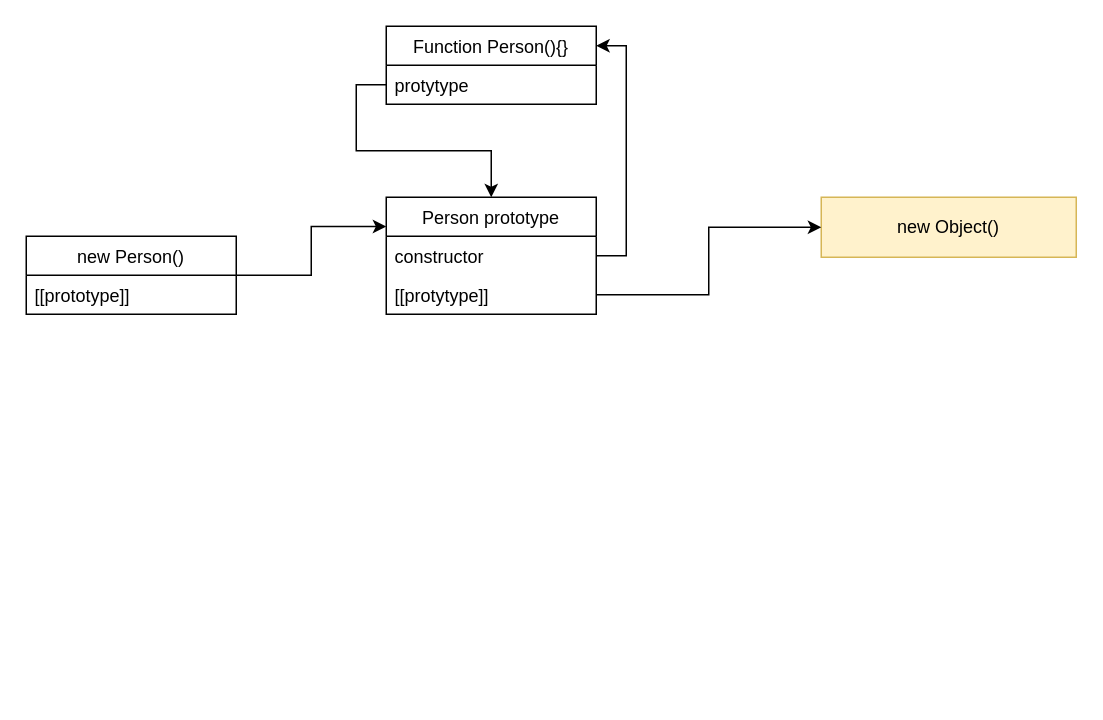
Above: draw/Untitled Diagram.drawio in liuuteen/Notes (draw.io), before the change. Source tidied: cells renumbered, new cells numbered last; positions are measured from the earlier drawing's top-left corner, leaving out a move shared by most shapes. Both pictures are drawn from the tidied source at 150%, with x=0, y=0 at pixel (26, 26).
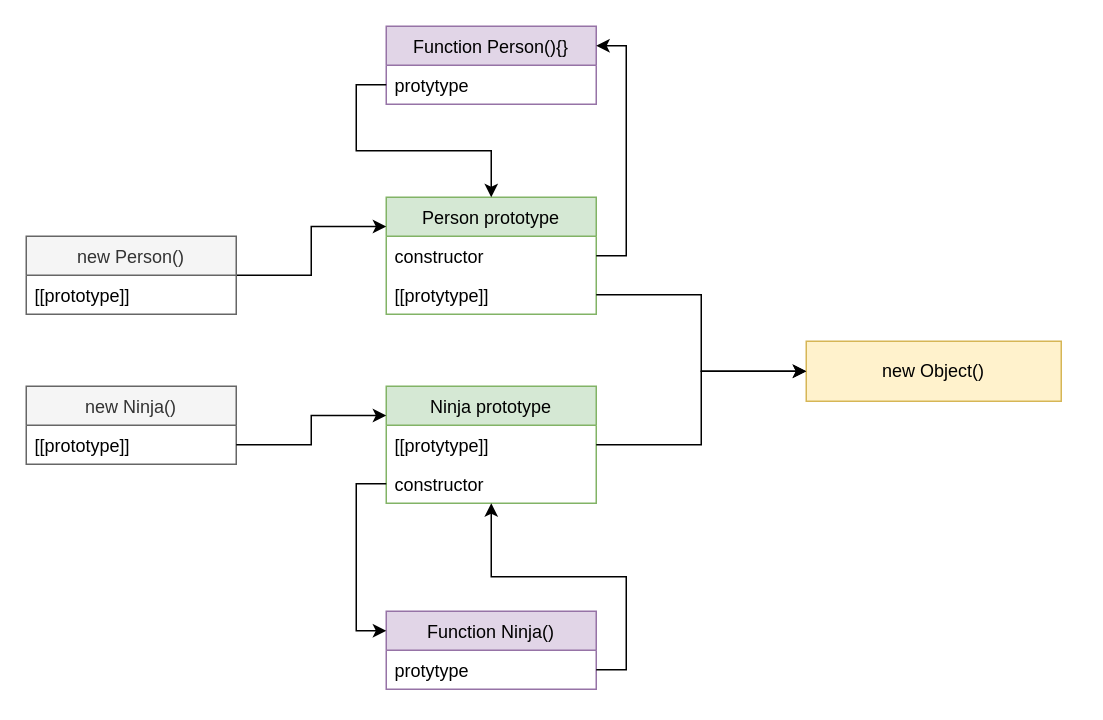
The same diagram, later.

What changed in the source:
```diff
@@
     <mxCell id="2" value="new Object()" style="rounded=0;whiteSpace=wrap;html=1;fillColor=#fff2cc;strokeColor=#d6b656;" parent="1" vertex="1">
-      <mxGeometry x="530" y="114" width="170" height="40" as="geometry" />
+      <mxGeometry x="520" y="210" width="170" height="40" as="geometry" />
     </mxCell>
@@
-    <mxCell id="4" value="Person prototype" style="swimlane;fontStyle=0;horizontal=1;startSize=26;" parent="1" vertex="1">
+    <mxCell id="4" value="Person prototype" style="swimlane;fontStyle=0;horizontal=1;startSize=26;fillColor=#d5e8d4;strokeColor=#82b366;" parent="1" vertex="1">
       <mxGeometry x="240" y="114" width="140" height="78" as="geometry" />
     </mxCell>
@@
-    <mxCell id="8" value="new Person()" style="swimlane;fontStyle=0;horizontal=1;startSize=26;" parent="1" vertex="1">
+    <mxCell id="8" value="new Person()" style="swimlane;fontStyle=0;horizontal=1;startSize=26;fillColor=#f5f5f5;strokeColor=#666666;fontColor=#333333;" parent="1" vertex="1">
       <mxGeometry y="140" width="140" height="52" as="geometry" />
     </mxCell>
@@
-    <mxCell id="11" value="Function Person(){}" style="swimlane;fontStyle=0;horizontal=1;startSize=26;" parent="1" vertex="1">
+    <mxCell id="11" value="Function Person(){}" style="swimlane;fontStyle=0;horizontal=1;startSize=26;fillColor=#e1d5e7;strokeColor=#9673a6;" parent="1" vertex="1">
       <mxGeometry x="240" width="140" height="52" as="geometry" />
     </mxCell>
@@
+    <mxCell id="15" value="new Ninja()" style="swimlane;fontStyle=0;horizontal=1;startSize=26;fillColor=#f5f5f5;strokeColor=#666666;fontColor=#333333;" parent="1" vertex="1">
+      <mxGeometry y="240" width="140" height="52" as="geometry" />
+    </mxCell>
+    <mxCell id="16" value="[[prototype]]" style="text;strokeColor=none;fillColor=none;align=left;verticalAlign=top;spacingLeft=4;spacingRight=4;overflow=hidden;points=[[0,0.5],[1,0.5]];portConstraint=eastwest;" parent="15" vertex="1">
+      <mxGeometry y="26" width="140" height="26" as="geometry" />
+    </mxCell>
+    <mxCell id="17" value="Ninja prototype" style="swimlane;fontStyle=0;horizontal=1;startSize=26;fillColor=#d5e8d4;strokeColor=#82b366;" parent="1" vertex="1">
+      <mxGeometry x="240" y="240" width="140" height="78" as="geometry" />
+    </mxCell>
+    <mxCell id="18" value="[[protytype]]" style="text;strokeColor=none;fillColor=none;align=left;verticalAlign=top;spacingLeft=4;spacingRight=4;overflow=hidden;points=[[0,0.5],[1,0.5]];portConstraint=eastwest;" parent="17" vertex="1">
+      <mxGeometry y="26" width="140" height="26" as="geometry" />
+    </mxCell>
+    <mxCell id="19" value="constructor" style="text;strokeColor=none;fillColor=none;align=left;verticalAlign=top;spacingLeft=4;spacingRight=4;overflow=hidden;points=[[0,0.5],[1,0.5]];portConstraint=eastwest;" parent="17" vertex="1">
+      <mxGeometry y="52" width="140" height="26" as="geometry" />
+    </mxCell>
+    <mxCell id="20" style="edgeStyle=orthogonalEdgeStyle;rounded=0;jettySize=auto;html=1;entryX=0;entryY=0.25;entryDx=0;entryDy=0;" parent="1" edge="1" source="16" target="17">
+      <mxGeometry relative="1" as="geometry" />
+    </mxCell>
+    <mxCell id="21" style="edgeStyle=orthogonalEdgeStyle;rounded=0;jettySize=auto;html=1;entryX=0;entryY=0.5;entryDx=0;entryDy=0;" parent="1" edge="1" source="18" target="2">
+      <mxGeometry relative="1" as="geometry" />
+    </mxCell>
+    <mxCell id="22" value="Function Ninja()" style="swimlane;fontStyle=0;horizontal=1;startSize=26;fillColor=#e1d5e7;strokeColor=#9673a6;" parent="1" vertex="1">
+      <mxGeometry x="240" y="390" width="140" height="52" as="geometry" />
+    </mxCell>
+    <mxCell id="23" value="protytype" style="text;strokeColor=none;fillColor=none;align=left;verticalAlign=top;spacingLeft=4;spacingRight=4;overflow=hidden;points=[[0,0.5],[1,0.5]];portConstraint=eastwest;" parent="22" vertex="1">
+      <mxGeometry y="26" width="140" height="26" as="geometry" />
+    </mxCell>
+    <mxCell id="24" style="edgeStyle=orthogonalEdgeStyle;rounded=0;jettySize=auto;html=1;entryX=0;entryY=0.25;entryDx=0;entryDy=0;" parent="1" edge="1" source="19" target="22">
+      <mxGeometry relative="1" as="geometry" />
+    </mxCell>
+    <mxCell id="25" style="edgeStyle=orthogonalEdgeStyle;rounded=0;jettySize=auto;html=1;exitX=1;exitY=0.5;exitDx=0;exitDy=0;" parent="1" edge="1" source="23" target="17">
+      <mxGeometry relative="1" as="geometry" />
+    </mxCell>
```
